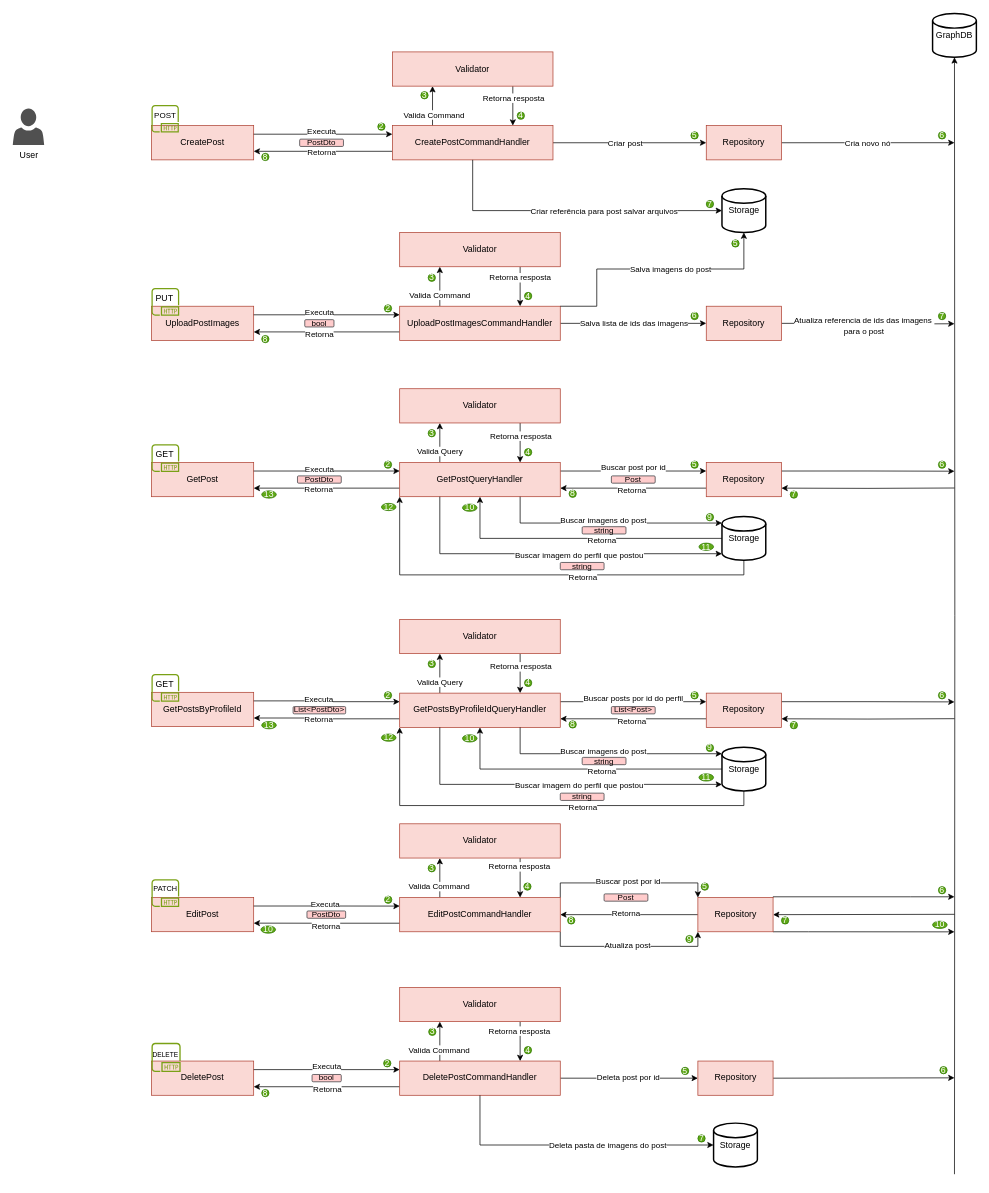
AlanEdward19/ShapeUp keeps this draw.io diagram as page "SocialService/Post/Post" (8 of 20) of Architecture.drawio. Above is the earlier version. Source tidied: cells renumbered, new cells numbered last; positions are measured from the earlier drawing's top-left corner, leaving out a move shared by most shapes. Both pictures are drawn from the tidied source at 73%, with x=0, y=0 at pixel (12, 13).
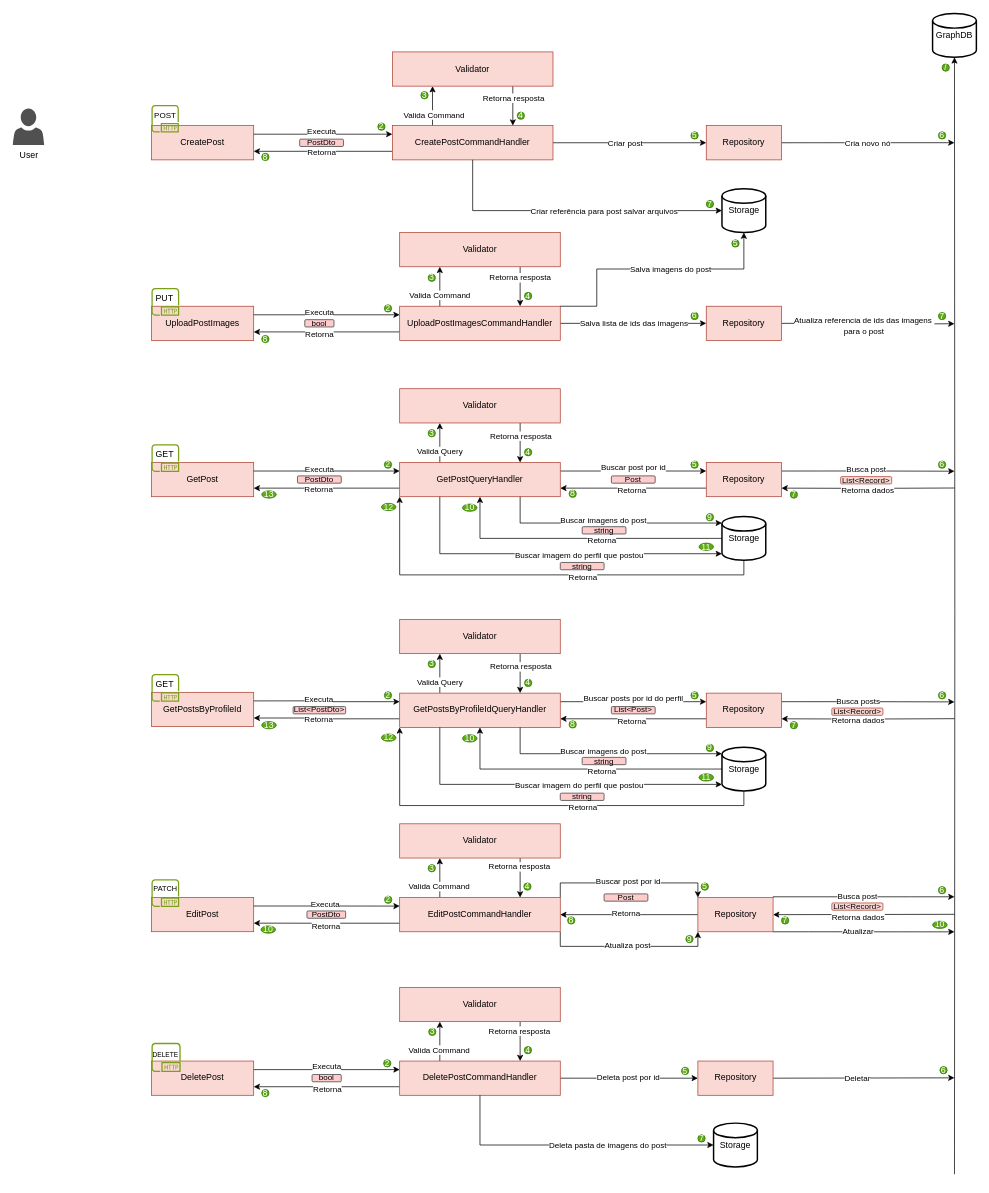
The same diagram, later.

The change refers to these unchanged cells:
```xml
<mxCell id="80" style="edgeStyle=orthogonalEdgeStyle;rounded=0;jettySize=auto;html=1;exitX=1;exitY=0.25;exitDx=0;exitDy=0;" parent="1" edge="1" source="81">
  <mxGeometry relative="1" as="geometry">
    <mxPoint x="1290" y="627" as="targetPoint" />
  </mxGeometry>
</mxCell>
<mxCell id="87" style="edgeStyle=orthogonalEdgeStyle;rounded=0;jettySize=auto;html=1;entryX=1;entryY=0.75;entryDx=0;entryDy=0;" parent="1" edge="1" target="81">
  <mxGeometry relative="1" as="geometry">
    <mxPoint x="1290" y="650" as="sourcePoint" />
  </mxGeometry>
</mxCell>
<mxCell id="137" style="edgeStyle=orthogonalEdgeStyle;rounded=0;jettySize=auto;html=1;exitX=1;exitY=0.25;exitDx=0;exitDy=0;" parent="1" edge="1" source="138">
  <mxGeometry relative="1" as="geometry">
    <mxPoint x="1290" y="943" as="targetPoint" />
  </mxGeometry>
</mxCell>
<mxCell id="144" style="edgeStyle=orthogonalEdgeStyle;rounded=0;jettySize=auto;html=1;entryX=1;entryY=0.5;entryDx=0;entryDy=0;" parent="1" edge="1" target="181">
  <mxGeometry relative="1" as="geometry">
    <mxPoint x="1290" y="1234" as="sourcePoint" />
  </mxGeometry>
</mxCell>
<mxCell id="145" style="edgeStyle=orthogonalEdgeStyle;rounded=0;jettySize=auto;html=1;entryX=1;entryY=0.75;entryDx=0;entryDy=0;" parent="1" edge="1" target="138">
  <mxGeometry relative="1" as="geometry">
    <mxPoint x="1290" y="966" as="sourcePoint" />
  </mxGeometry>
</mxCell>
<mxCell id="179" style="edgeStyle=orthogonalEdgeStyle;rounded=0;jettySize=auto;html=1;exitX=1;exitY=0;exitDx=0;exitDy=0;" parent="1" edge="1" source="181">
  <mxGeometry relative="1" as="geometry">
    <mxPoint x="1290" y="1210" as="targetPoint" />
    <Array as="points">
      <mxPoint x="1042" y="1210" />
      <mxPoint x="1230" y="1210" />
    </Array>
  </mxGeometry>
</mxCell>
<mxCell id="180" style="edgeStyle=orthogonalEdgeStyle;rounded=0;jettySize=auto;html=1;exitX=1;exitY=1;exitDx=0;exitDy=0;" parent="1" edge="1" source="181">
  <mxGeometry relative="1" as="geometry">
    <mxPoint x="1290" y="1258" as="targetPoint" />
    <Array as="points">
      <mxPoint x="1090" y="1258" />
      <mxPoint x="1090" y="1258" />
    </Array>
  </mxGeometry>
</mxCell>
<mxCell id="206" style="edgeStyle=orthogonalEdgeStyle;rounded=0;jettySize=auto;html=1;exitX=1;exitY=0.5;exitDx=0;exitDy=0;" parent="1" edge="1" source="207">
  <mxGeometry relative="1" as="geometry">
    <mxPoint x="1290" y="1458" as="targetPoint" />
  </mxGeometry>
</mxCell>
```

What changed in the source:
```diff
@@
+    <mxCell id="227" value="Busca post" style="edgeLabel;html=1;align=center;verticalAlign=middle;" parent="80" vertex="1">
+      <mxGeometry x="-0.29" y="1" relative="1" as="geometry">
+        <mxPoint x="32" y="-1" as="offset" />
+      </mxGeometry>
+    </mxCell>
@@
+    <mxCell id="228" value="Retorna dados" style="edgeLabel;html=1;align=center;verticalAlign=middle;" parent="87" vertex="1">
+      <mxGeometry x="0.09" y="1" relative="1" as="geometry">
+        <mxPoint x="9" y="2" as="offset" />
+      </mxGeometry>
+    </mxCell>
@@
+    <mxCell id="229" value="Busca posts" style="edgeLabel;html=1;align=center;verticalAlign=middle;" parent="137" vertex="1">
+      <mxGeometry x="-0.12" relative="1" as="geometry" />
+    </mxCell>
@@
+    <mxCell id="230" value="Retorna dados" style="edgeLabel;html=1;align=center;verticalAlign=middle;" parent="144" vertex="1">
+      <mxGeometry x="0.22" y="2" relative="1" as="geometry">
+        <mxPoint x="19" y="1" as="offset" />
+      </mxGeometry>
+    </mxCell>
@@
+    <mxCell id="231" value="Retorna dados" style="edgeLabel;html=1;align=center;verticalAlign=middle;" parent="145" vertex="1">
+      <mxGeometry x="0.12" y="2" relative="1" as="geometry" />
+    </mxCell>
@@
+    <mxCell id="232" value="Busca post" style="edgeLabel;html=1;align=center;verticalAlign=middle;" parent="179" vertex="1">
+      <mxGeometry x="-0.19" y="-1" relative="1" as="geometry">
+        <mxPoint x="15" y="-3" as="offset" />
+      </mxGeometry>
+    </mxCell>
@@
+    <mxCell id="233" value="Atualizar" style="edgeLabel;html=1;align=center;verticalAlign=middle;" parent="180" vertex="1">
+      <mxGeometry x="-0.15" y="-2" relative="1" as="geometry">
+        <mxPoint x="10" y="-2" as="offset" />
+      </mxGeometry>
+    </mxCell>
@@
+    <mxCell id="234" value="Deletar" style="edgeLabel;html=1;align=center;verticalAlign=middle;" parent="206" vertex="1">
+      <mxGeometry x="-0.18" y="2" relative="1" as="geometry">
+        <mxPoint x="13" y="2" as="offset" />
+      </mxGeometry>
+    </mxCell>
@@
+    <mxCell id="235" value="List&amp;lt;Record&amp;gt;" style="rounded=1;whiteSpace=wrap;html=1;fillColor=#fad9d5;strokeColor=#ae4132;fontSize=11;" parent="1" vertex="1">
+      <mxGeometry x="1134" y="634.4" width="70" height="10" as="geometry" />
+    </mxCell>
+    <mxCell id="236" value="List&amp;lt;Record&amp;gt;" style="rounded=1;whiteSpace=wrap;html=1;fillColor=#fad9d5;strokeColor=#ae4132;fontSize=11;" parent="1" vertex="1">
+      <mxGeometry x="1122" y="951.4" width="70" height="10" as="geometry" />
+    </mxCell>
+    <mxCell id="237" value="List&amp;lt;Record&amp;gt;" style="rounded=1;whiteSpace=wrap;html=1;fillColor=#fad9d5;strokeColor=#ae4132;fontSize=11;" parent="1" vertex="1">
+      <mxGeometry x="1122" y="1218.4" width="70" height="10" as="geometry" />
+    </mxCell>
+    <mxCell id="238" value="/" style="ellipse;whiteSpace=wrap;html=1;fillColor=#60a917;fontColor=#ffffff;strokeColor=#2D7600;" parent="1" vertex="1">
+      <mxGeometry x="1273" y="69.1" width="10" height="10" as="geometry" />
+    </mxCell>
```
